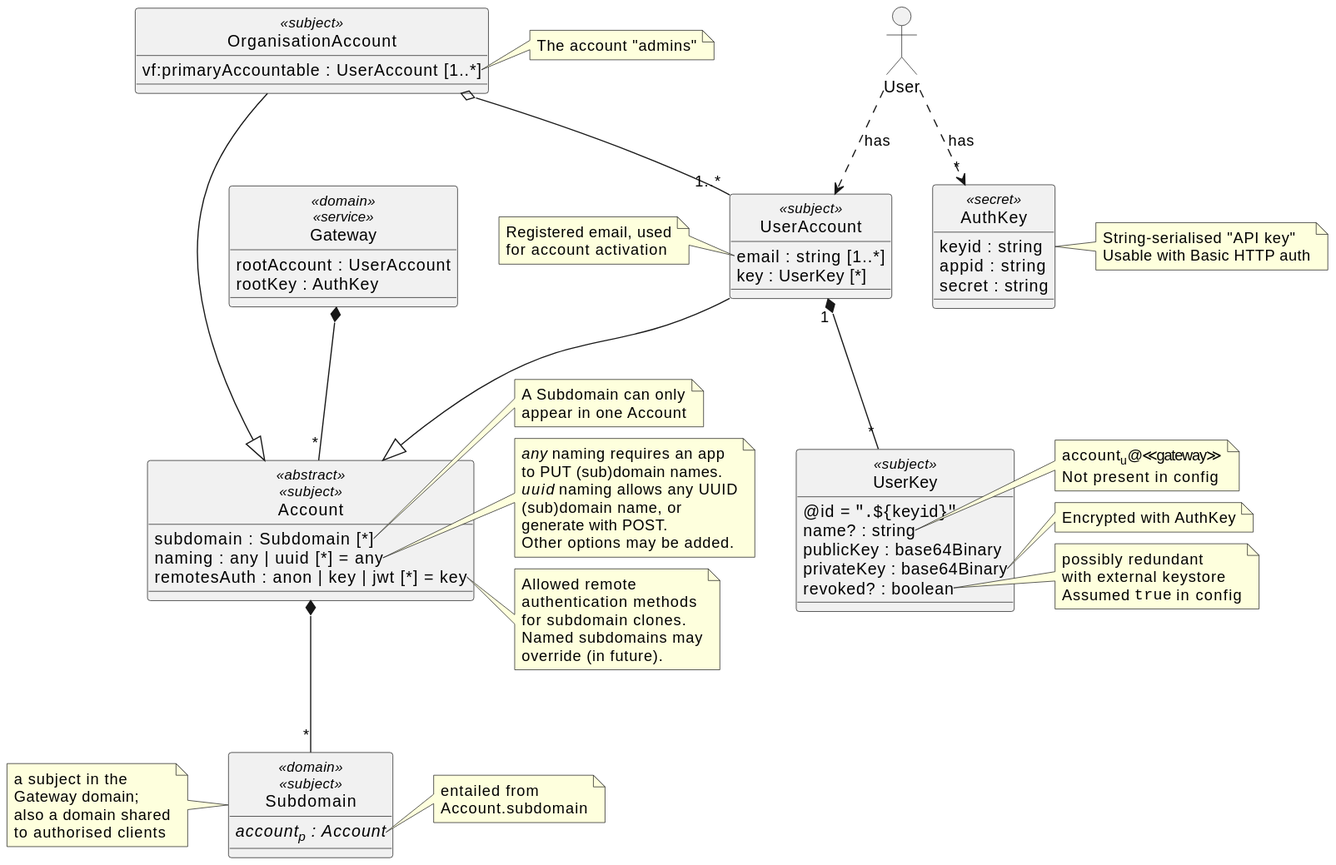
This is architecture/security/img/accounts.class.svg from m-ld/m-ld-gateway, a PlantUML export, as it was before one commit.
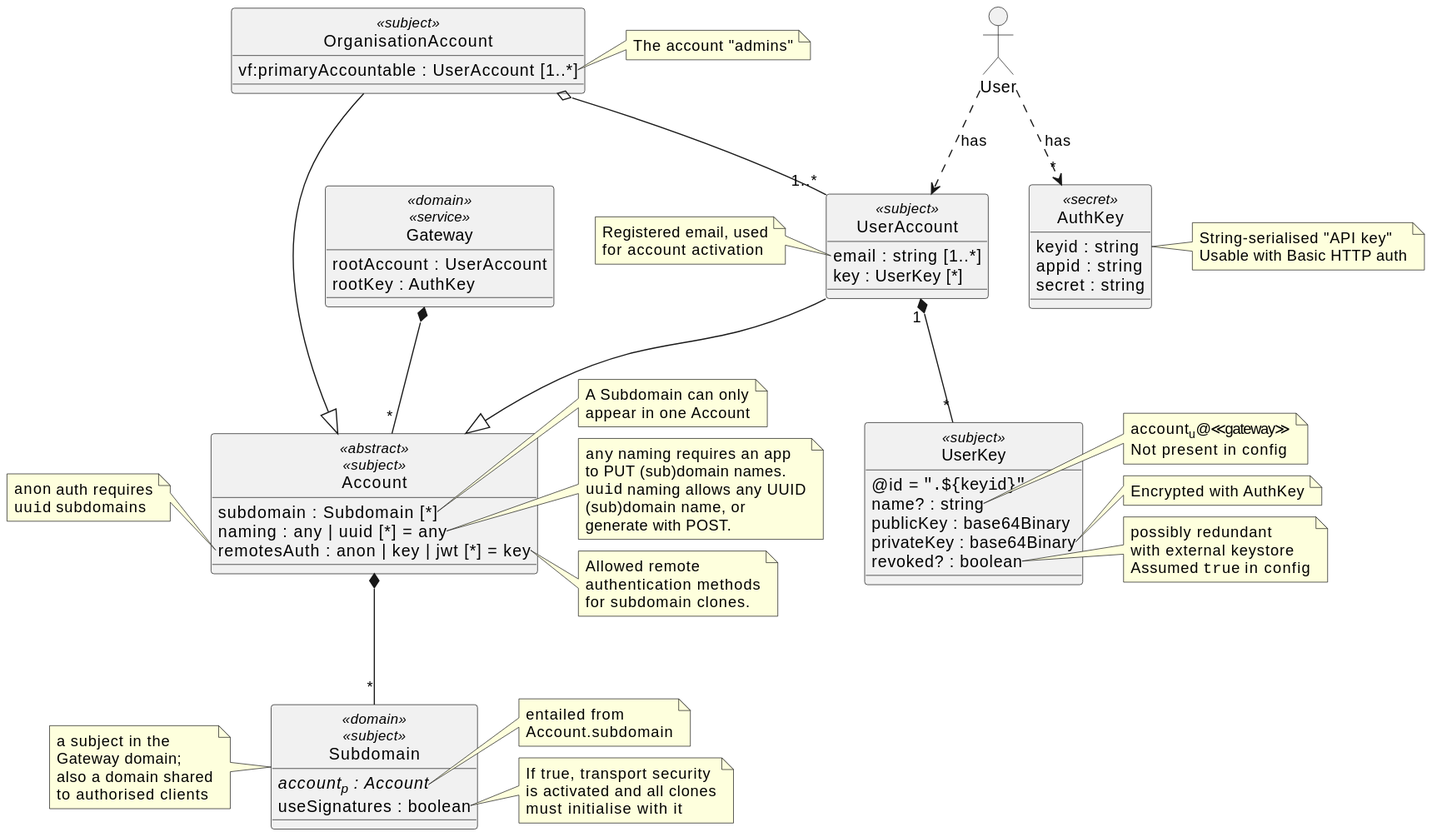
The same file after the commit.

Change to the diagram source:
```diff
@@ -20,19 +20,20 @@
   appear in one Account
 end note
 note right of Account::naming
- //any// naming requires an app
+ ""any"" naming requires an app
  to PUT (sub)domain names.
- //uuid// naming allows any UUID
+ ""uuid"" naming allows any UUID
  (sub)domain name, or
  generate with POST.
- Other options may be added.
 end note
 note right of Account::remotesAuth
   Allowed remote
   authentication methods
   for subdomain clones.
-  Named subdomains may
-  override (in future).
+end note
+note left of Account::remotesAuth
+  ""anon"" auth requires
+  ""uuid"" subdomains
 end note
 
 Account *-- "*" Subdomain
@@ -62,7 +63,7 @@
 
 class Subdomain <<domain>> <<subject>> {
   //account<sub>p</sub> : Account//
-
+  useSignatures : boolean
 }
 note left of Subdomain
   a subject in the
@@ -74,7 +75,11 @@
   entailed from
   Account.subdomain
 end note
-
+note right of Subdomain::useSignatures
+  If true, transport security
+  is activated and all clones
+  must initialise with it
+end note
 
 class UserKey <<subject>> {
   @id = """.${keyid}" ""
```
